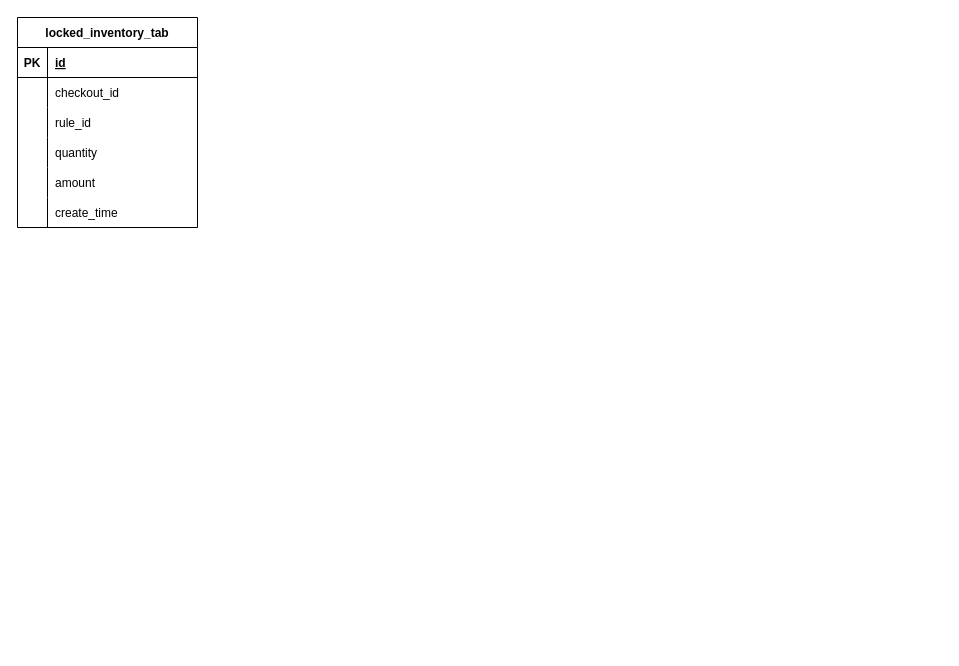
This is tmp.drawio from xhd2015/bog, a draw.io file, before an edit. Source tidied: cells renumbered, new cells numbered last; positions are measured from the earlier drawing's top-left corner, leaving out a move shared by most shapes. Both pictures are drawn from the tidied source at 100%, with x=0, y=0 at pixel (17, 17).
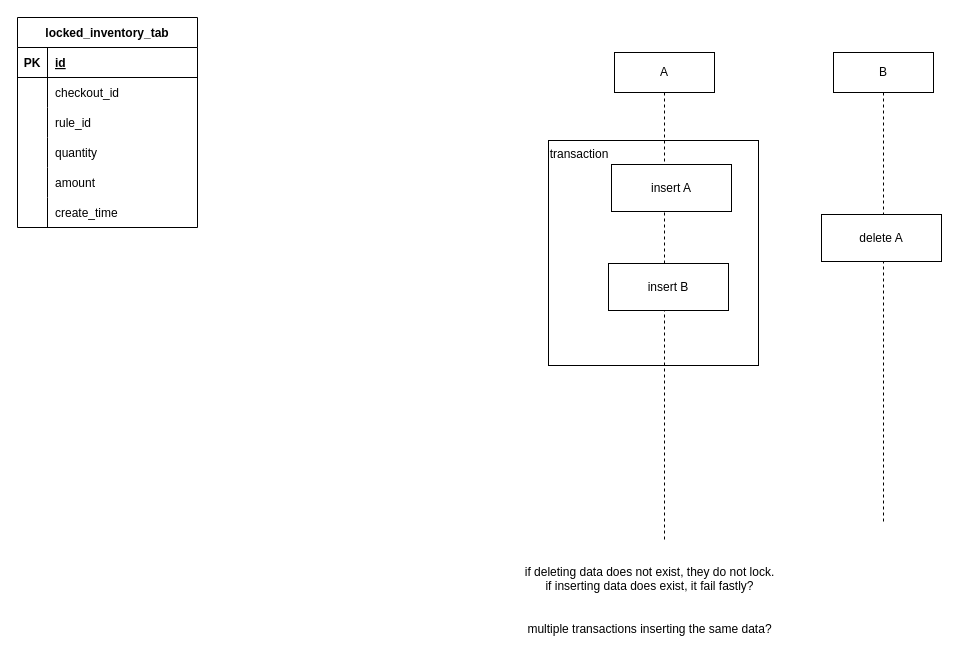
The same page after the edit.

Change to the diagram source:
```diff
@@
+    <mxCell id="21" style="rounded=0;whiteSpace=wrap;html=1;fillColor=none;" parent="1" vertex="1">
+      <mxGeometry x="531" y="123" width="210" height="225" as="geometry" />
+    </mxCell>
@@
+    <mxCell id="22" value="A" style="shape=umlLifeline;perimeter=lifelinePerimeter;whiteSpace=wrap;html=1;" parent="1" vertex="1">
+      <mxGeometry x="597" y="35" width="100" height="488" as="geometry" />
+    </mxCell>
+    <mxCell id="23" value="B" style="shape=umlLifeline;perimeter=lifelinePerimeter;whiteSpace=wrap;html=1;" parent="1" vertex="1">
+      <mxGeometry x="816" y="35" width="100" height="470" as="geometry" />
+    </mxCell>
+    <mxCell id="24" value="insert A" style="rounded=0;whiteSpace=wrap;html=1;" parent="1" vertex="1">
+      <mxGeometry x="594" y="147" width="120" height="47" as="geometry" />
+    </mxCell>
+    <mxCell id="25" value="delete A" style="rounded=0;whiteSpace=wrap;html=1;" parent="1" vertex="1">
+      <mxGeometry x="804" y="197" width="120" height="47" as="geometry" />
+    </mxCell>
+    <mxCell id="26" value="insert B" style="rounded=0;whiteSpace=wrap;html=1;" parent="1" vertex="1">
+      <mxGeometry x="591" y="246" width="120" height="47" as="geometry" />
+    </mxCell>
+    <mxCell id="27" value="transaction" style="text;html=1;strokeColor=none;fillColor=none;align=center;verticalAlign=middle;whiteSpace=wrap;rounded=0;" parent="1" vertex="1">
+      <mxGeometry x="532" y="122" width="60" height="30" as="geometry" />
+    </mxCell>
+    <mxCell id="28" value="if deleting data does not exist, they do not lock.&lt;br&gt;if inserting data does exist, it fail fastly?&lt;br&gt;&lt;br&gt;&lt;br&gt;multiple transactions inserting the same data?" style="text;html=1;strokeColor=none;fillColor=none;align=center;verticalAlign=middle;whiteSpace=wrap;rounded=0;" parent="1" vertex="1">
+      <mxGeometry x="488" y="534" width="289" height="97" as="geometry" />
+    </mxCell>
```
